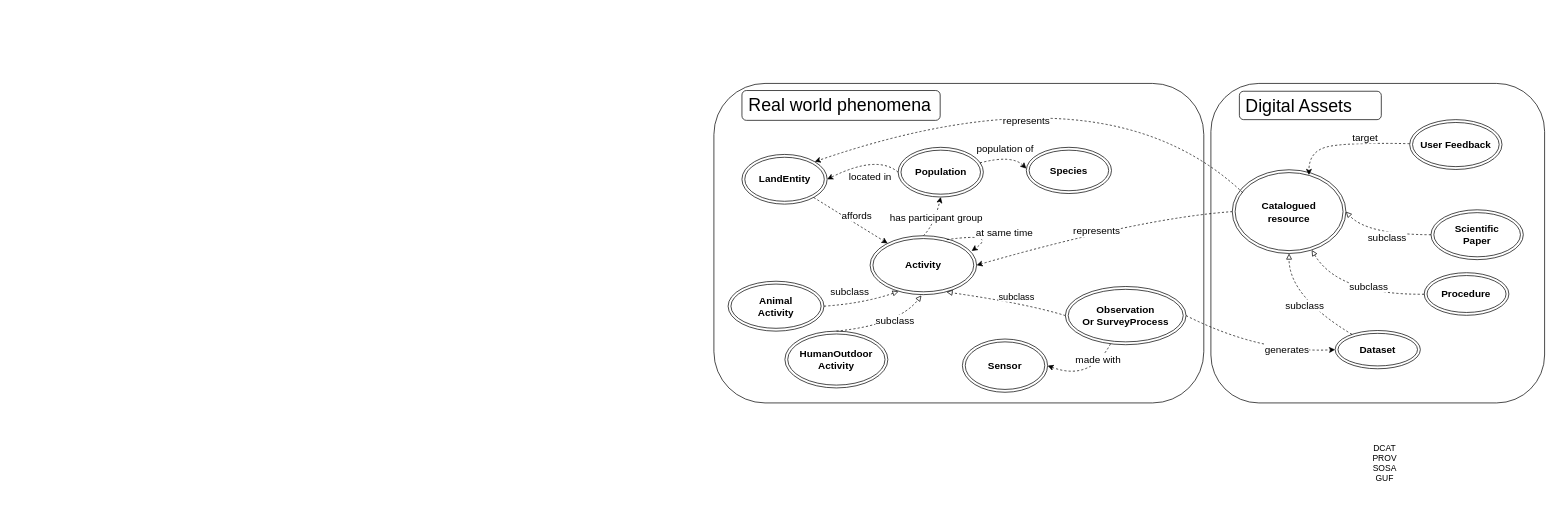
Earlier version of the draw.io diagram page "schemas article" (2 of 3) of docs/diagrams/model_KG.drawio (IntForOut/outdoorPressure). Source tidied: cells renumbered, new cells numbered last; positions are measured from the earlier drawing's top-left corner, leaving out a move shared by most shapes. Both pictures are drawn from the tidied source at 71%, with x=0, y=0 at pixel (714, 62).
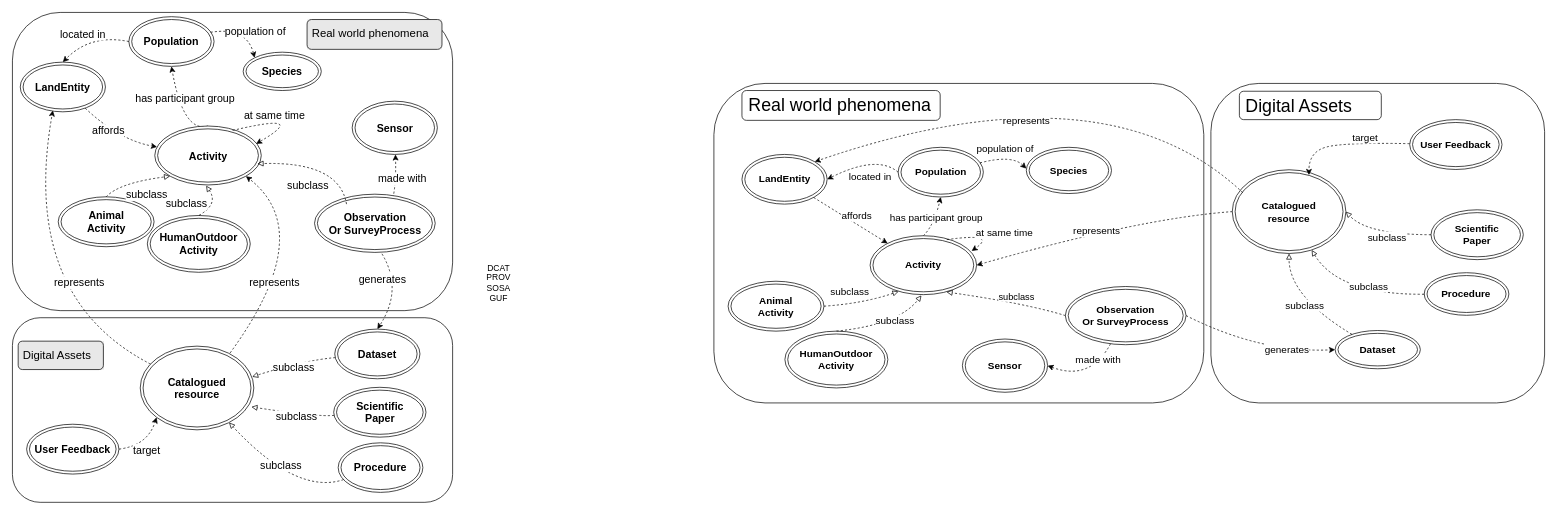
Above is the later version.

Commit message:
Mettre à jour model_KG.drawio

The edit, as a diff of the source:
```diff
@@
+    <mxCell id="57" style="rounded=1;whiteSpace=wrap;html=1;fillColor=none;fontSize=15;" parent="1" vertex="1">
+      <mxGeometry x="-988" y="360" width="620" height="260" as="geometry" />
+    </mxCell>
@@
     <mxCell id="46" value="&lt;div&gt;DCAT&lt;/div&gt;&lt;div&gt;PROV&lt;/div&gt;&lt;div&gt;&lt;span style=&quot;color: rgb(0, 0, 0);&quot;&gt;SOSA&lt;/span&gt;&lt;/div&gt;&lt;div&gt;&lt;span style=&quot;color: rgb(0, 0, 0);&quot;&gt;GUF&lt;/span&gt;&lt;/div&gt;" style="text;html=1;whiteSpace=wrap;strokeColor=none;fillColor=none;align=center;verticalAlign=middle;rounded=0;" parent="1" vertex="1">
-      <mxGeometry x="909.7" y="550" width="70.3" height="30" as="geometry" />
+      <mxGeometry x="-338" y="296" width="70.3" height="30" as="geometry" />
     </mxCell>
@@
+    <mxCell id="58" style="rounded=1;whiteSpace=wrap;html=1;fillColor=none;arcSize=16;fontSize=15;" parent="1" vertex="1">
+      <mxGeometry x="-988" y="-70" width="620" height="420" as="geometry" />
+    </mxCell>
+    <mxCell id="59" style="edgeStyle=none;html=1;entryX=0.383;entryY=0.971;entryDx=0;entryDy=0;rounded=0;curved=1;dashed=1;entryPerimeter=0;fontSize=15;" parent="1" edge="1" source="63" target="71">
+      <mxGeometry relative="1" as="geometry">
+        <Array as="points">
+          <mxPoint x="-977.5" y="330" />
+        </Array>
+      </mxGeometry>
+    </mxCell>
+    <mxCell id="60" value="&lt;font style=&quot;color: rgb(0, 0, 0);&quot;&gt;represents&lt;/font&gt;" style="edgeLabel;html=1;align=center;verticalAlign=middle;fontSize=15;fontColor=#FF0000;" parent="59" vertex="1">
+      <mxGeometry x="0.12" y="32" relative="1" as="geometry">
+        <mxPoint x="104" y="42" as="offset" />
+      </mxGeometry>
+    </mxCell>
+    <mxCell id="61" style="edgeStyle=none;html=1;exitX=0.791;exitY=0.082;exitDx=0;exitDy=0;entryX=1;entryY=1;entryDx=0;entryDy=0;rounded=0;curved=1;dashed=1;exitPerimeter=0;fontSize=15;" parent="1" edge="1" source="63" target="74">
+      <mxGeometry relative="1" as="geometry">
+        <Array as="points">
+          <mxPoint x="-557.5" y="240" />
+        </Array>
+      </mxGeometry>
+    </mxCell>
+    <mxCell id="62" value="&lt;font style=&quot;color: rgb(0, 0, 0);&quot;&gt;represents&lt;/font&gt;" style="edgeLabel;html=1;align=center;verticalAlign=middle;fontSize=15;fontColor=#FF0000;" parent="61" vertex="1">
+      <mxGeometry x="0.3" y="13" relative="1" as="geometry">
+        <mxPoint x="-46" y="65" as="offset" />
+      </mxGeometry>
+    </mxCell>
+    <mxCell id="63" value="&lt;b&gt;Catalogued &lt;br&gt;resource&lt;/b&gt;" style="ellipse;shape=doubleEllipse;whiteSpace=wrap;html=1;fontSize=15;fillColor=none;" parent="1" vertex="1">
+      <mxGeometry x="-808" y="400" width="160" height="117.9" as="geometry" />
+    </mxCell>
+    <mxCell id="64" value="&lt;b&gt;Scientific&lt;/b&gt;&lt;div&gt;&lt;b&gt;Paper&lt;/b&gt;&lt;/div&gt;" style="ellipse;shape=doubleEllipse;whiteSpace=wrap;html=1;fontSize=15;" parent="1" vertex="1">
+      <mxGeometry x="-535.5" y="458" width="130" height="70.2" as="geometry" />
+    </mxCell>
+    <mxCell id="65" value="&lt;b&gt;HumanOutdoor&lt;/b&gt;&lt;div&gt;&lt;b&gt;Activity&lt;/b&gt;&lt;/div&gt;" style="ellipse;shape=doubleEllipse;whiteSpace=wrap;html=1;fontSize=15;" parent="1" vertex="1">
+      <mxGeometry x="-798" y="216" width="145" height="80" as="geometry" />
+    </mxCell>
+    <mxCell id="66" style="edgeStyle=none;html=1;rounded=0;curved=1;dashed=1;exitX=0.65;exitY=0.061;exitDx=0;exitDy=0;exitPerimeter=0;fontSize=15;" parent="1" edge="1" source="68" target="83">
+      <mxGeometry relative="1" as="geometry">
+        <Array as="points">
+          <mxPoint x="-447.5" y="170" />
+        </Array>
+      </mxGeometry>
+    </mxCell>
+    <mxCell id="67" value="&lt;font&gt;made with&lt;/font&gt;" style="edgeLabel;html=1;align=center;verticalAlign=middle;fontSize=15;" parent="66" vertex="1">
+      <mxGeometry x="0.22" y="-16" relative="1" as="geometry">
+        <mxPoint x="-8" y="10" as="offset" />
+      </mxGeometry>
+    </mxCell>
+    <mxCell id="68" value="&lt;b&gt;Observation&lt;br&gt;Or SurveyProcess&lt;/b&gt;" style="ellipse;shape=doubleEllipse;whiteSpace=wrap;html=1;fontSize=15;" parent="1" vertex="1">
+      <mxGeometry x="-562.5" y="186" width="170" height="82" as="geometry" />
+    </mxCell>
+    <mxCell id="69" style="edgeStyle=none;html=1;rounded=0;curved=1;dashed=1;fontSize=15;" parent="1" edge="1" source="71" target="74">
+      <mxGeometry relative="1" as="geometry">
+        <Array as="points">
+          <mxPoint x="-837.5" y="110" />
+        </Array>
+      </mxGeometry>
+    </mxCell>
+    <mxCell id="70" value="&lt;span style=&quot;color: rgb(0, 0, 0);&quot;&gt;affords&lt;/span&gt;" style="edgeLabel;html=1;align=center;verticalAlign=middle;fontSize=15;" parent="69" vertex="1">
+      <mxGeometry x="0.04" y="11" relative="1" as="geometry">
+        <mxPoint x="-21" y="-4" as="offset" />
+      </mxGeometry>
+    </mxCell>
+    <mxCell id="71" value="&lt;b&gt;LandEntity&lt;/b&gt;" style="ellipse;shape=doubleEllipse;whiteSpace=wrap;html=1;fontSize=15;" parent="1" vertex="1">
+      <mxGeometry x="-977" width="120" height="70" as="geometry" />
+    </mxCell>
+    <mxCell id="72" style="edgeStyle=none;html=1;entryX=0.5;entryY=1;entryDx=0;entryDy=0;rounded=0;curved=1;exitX=0.5;exitY=0;exitDx=0;exitDy=0;dashed=1;fontSize=15;" parent="1" edge="1" source="74" target="101">
+      <mxGeometry relative="1" as="geometry">
+        <Array as="points">
+          <mxPoint x="-747.5" y="100" />
+        </Array>
+      </mxGeometry>
+    </mxCell>
+    <mxCell id="73" value="&lt;font&gt;has participant group&lt;/font&gt;" style="edgeLabel;html=1;align=center;verticalAlign=middle;fontSize=15;" parent="72" vertex="1">
+      <mxGeometry x="0.07" relative="1" as="geometry">
+        <mxPoint x="8" y="-15" as="offset" />
+      </mxGeometry>
+    </mxCell>
+    <mxCell id="74" value="&lt;b&gt;Activity&lt;/b&gt;" style="ellipse;shape=doubleEllipse;whiteSpace=wrap;html=1;fontSize=15;" parent="1" vertex="1">
+      <mxGeometry x="-787.5" y="90" width="150" height="83" as="geometry" />
+    </mxCell>
+    <mxCell id="75" value="&lt;b&gt;Animal&lt;/b&gt;&lt;div&gt;&lt;b&gt;Activity&lt;/b&gt;&lt;/div&gt;" style="ellipse;shape=doubleEllipse;whiteSpace=wrap;html=1;fontSize=15;" parent="1" vertex="1">
+      <mxGeometry x="-923.5" y="189.7" width="135" height="70.3" as="geometry" />
+    </mxCell>
+    <mxCell id="76" style="edgeStyle=none;html=1;entryX=0.985;entryY=0.366;entryDx=0;entryDy=0;dashed=1;rounded=0;curved=1;endArrow=block;endFill=0;entryPerimeter=0;fontSize=15;" parent="1" edge="1" source="78" target="63">
+      <mxGeometry relative="1" as="geometry">
+        <Array as="points">
+          <mxPoint x="-577.5" y="420" />
+        </Array>
+      </mxGeometry>
+    </mxCell>
+    <mxCell id="77" value="&lt;font&gt;subclass&lt;/font&gt;" style="edgeLabel;html=1;align=center;verticalAlign=middle;fontSize=15;" parent="76" vertex="1">
+      <mxGeometry x="0.06" y="-4" relative="1" as="geometry">
+        <mxPoint x="5" y="7" as="offset" />
+      </mxGeometry>
+    </mxCell>
+    <mxCell id="78" value="&lt;b&gt;Dataset&lt;/b&gt;" style="ellipse;shape=doubleEllipse;whiteSpace=wrap;html=1;fontSize=15;fillColor=none;" parent="1" vertex="1">
+      <mxGeometry x="-534" y="376" width="120" height="70" as="geometry" />
+    </mxCell>
+    <mxCell id="79" value="&lt;b&gt;Species&lt;/b&gt;" style="ellipse;shape=doubleEllipse;whiteSpace=wrap;html=1;fontSize=15;" parent="1" vertex="1">
+      <mxGeometry x="-663" y="-14" width="110" height="54" as="geometry" />
+    </mxCell>
+    <mxCell id="80" style="edgeStyle=none;html=1;rounded=0;curved=1;dashed=1;endArrow=block;endFill=0;fontSize=15;" parent="1" edge="1" source="82" target="63">
+      <mxGeometry relative="1" as="geometry">
+        <Array as="points">
+          <mxPoint x="-587.5" y="610" />
+        </Array>
+      </mxGeometry>
+    </mxCell>
+    <mxCell id="81" value="subclass" style="edgeLabel;html=1;align=center;verticalAlign=middle;fontSize=15;" parent="80" vertex="1">
+      <mxGeometry x="-0.02" y="-5" relative="1" as="geometry">
+        <mxPoint x="-4" y="-14" as="offset" />
+      </mxGeometry>
+    </mxCell>
+    <mxCell id="82" value="&lt;b&gt;&lt;span style=&quot;color: rgb(0, 0, 0);&quot;&gt;Procedure&lt;/span&gt;&lt;/b&gt;" style="ellipse;shape=doubleEllipse;whiteSpace=wrap;html=1;fontSize=15;fillColor=none;" parent="1" vertex="1">
+      <mxGeometry x="-529.2" y="536.2" width="119.3" height="69.8" as="geometry" />
+    </mxCell>
+    <mxCell id="83" value="&lt;b&gt;Sensor&lt;/b&gt;" style="ellipse;shape=doubleEllipse;whiteSpace=wrap;html=1;fontSize=15;" parent="1" vertex="1">
+      <mxGeometry x="-509.5" y="55" width="120" height="75" as="geometry" />
+    </mxCell>
+    <mxCell id="84" style="edgeStyle=none;html=1;exitX=0.5;exitY=0;exitDx=0;exitDy=0;entryX=0;entryY=1;entryDx=0;entryDy=0;dashed=1;rounded=0;curved=1;endArrow=block;endFill=0;fontSize=15;" parent="1" edge="1" source="75" target="74">
+      <mxGeometry relative="1" as="geometry">
+        <Array as="points">
+          <mxPoint x="-837.5" y="170" />
+        </Array>
+      </mxGeometry>
+    </mxCell>
+    <mxCell id="85" value="subclass" style="edgeLabel;html=1;align=center;verticalAlign=middle;fontSize=15;" parent="84" vertex="1">
+      <mxGeometry x="-0.36" y="4" relative="1" as="geometry">
+        <mxPoint x="34" y="20" as="offset" />
+      </mxGeometry>
+    </mxCell>
+    <mxCell id="86" style="edgeStyle=none;html=1;exitX=0.5;exitY=0;exitDx=0;exitDy=0;entryX=0.482;entryY=1.012;entryDx=0;entryDy=0;entryPerimeter=0;rounded=0;curved=1;dashed=1;endArrow=block;endFill=0;fontSize=15;" parent="1" edge="1" source="65" target="74">
+      <mxGeometry relative="1" as="geometry">
+        <Array as="points">
+          <mxPoint x="-697.5" y="200" />
+        </Array>
+      </mxGeometry>
+    </mxCell>
+    <mxCell id="87" value="subclass" style="edgeLabel;html=1;align=center;verticalAlign=middle;fontSize=15;" parent="86" vertex="1">
+      <mxGeometry x="-0.3" y="4" relative="1" as="geometry">
+        <mxPoint x="-35" y="-3" as="offset" />
+      </mxGeometry>
+    </mxCell>
+    <mxCell id="88" style="edgeStyle=none;html=1;entryX=0.964;entryY=0.639;entryDx=0;entryDy=0;entryPerimeter=0;rounded=0;curved=1;exitX=0.265;exitY=0.171;exitDx=0;exitDy=0;endArrow=block;endFill=0;dashed=1;exitPerimeter=0;fontSize=15;" parent="1" edge="1" source="68" target="74">
+      <mxGeometry relative="1" as="geometry">
+        <Array as="points">
+          <mxPoint x="-527.5" y="140" />
+        </Array>
+      </mxGeometry>
+    </mxCell>
+    <mxCell id="89" value="&lt;font&gt;subclass&lt;/font&gt;" style="edgeLabel;html=1;align=center;verticalAlign=middle;fontSize=15;" parent="88" vertex="1">
+      <mxGeometry x="-0.03" y="-5" relative="1" as="geometry">
+        <mxPoint x="-20" y="37" as="offset" />
+      </mxGeometry>
+    </mxCell>
+    <mxCell id="90" style="edgeStyle=none;html=1;entryX=0;entryY=1;entryDx=0;entryDy=0;rounded=0;curved=1;dashed=1;exitX=1;exitY=0.5;exitDx=0;exitDy=0;fontSize=15;" parent="1" edge="1" source="110" target="63">
+      <mxGeometry relative="1" as="geometry">
+        <Array as="points">
+          <mxPoint x="-797.5" y="540" />
+        </Array>
+      </mxGeometry>
+    </mxCell>
+    <mxCell id="91" value="&lt;font&gt;target&lt;/font&gt;" style="edgeLabel;html=1;align=center;verticalAlign=middle;fontSize=15;" parent="90" vertex="1">
+      <mxGeometry x="-0.09" y="-7" relative="1" as="geometry">
+        <mxPoint y="-2" as="offset" />
+      </mxGeometry>
+    </mxCell>
+    <mxCell id="92" style="edgeStyle=none;html=1;entryX=0.978;entryY=0.726;entryDx=0;entryDy=0;rounded=0;curved=1;dashed=1;endArrow=block;endFill=0;entryPerimeter=0;fontSize=15;" parent="1" edge="1" source="64" target="63">
+      <mxGeometry relative="1" as="geometry">
+        <Array as="points">
+          <mxPoint x="-557.5" y="500" />
+        </Array>
+      </mxGeometry>
+    </mxCell>
+    <mxCell id="93" value="subclass" style="edgeLabel;html=1;align=center;verticalAlign=middle;fontSize=15;" parent="92" vertex="1">
+      <mxGeometry x="-0.08" y="3" relative="1" as="geometry" />
+    </mxCell>
+    <mxCell id="94" style="group;fontSize=15;fillColor=#E8E8E8;" parent="1" vertex="1">
+      <mxGeometry x="-979" y="393" width="120" height="40" as="geometry" />
+    </mxCell>
+    <mxCell id="95" style="group;fontSize=15;" parent="94" vertex="1">
+      <mxGeometry x="-0.9" width="129.4" height="40" as="geometry" />
+    </mxCell>
+    <mxCell id="96" style="rounded=1;whiteSpace=wrap;html=1;fontSize=15;fillColor=#E8E8E8;" parent="95" vertex="1">
+      <mxGeometry width="120" height="40" as="geometry" />
+    </mxCell>
+    <mxCell id="97" value="&lt;font style=&quot;font-size: 16px;&quot;&gt;Digital Assets&amp;nbsp;&lt;/font&gt;" style="text;html=1;whiteSpace=wrap;strokeColor=none;fillColor=none;align=left;verticalAlign=middle;rounded=0;fontSize=15;" parent="95" vertex="1">
+      <mxGeometry x="4.4" y="15" width="105.7" height="10" as="geometry" />
+    </mxCell>
+    <mxCell id="98" style="group;fontSize=15;fillColor=#E8E8E8;" parent="1" vertex="1">
+      <mxGeometry x="-573" y="-60" width="190" height="42" as="geometry" />
+    </mxCell>
+    <mxCell id="99" style="rounded=1;whiteSpace=wrap;html=1;fontSize=15;fillColor=#E8E8E8;" parent="98" vertex="1">
+      <mxGeometry width="190" height="42" as="geometry" />
+    </mxCell>
+    <mxCell id="100" value="&lt;font style=&quot;font-size: 16px;&quot;&gt;Real world phenomena&lt;/font&gt;" style="text;html=1;whiteSpace=wrap;strokeColor=none;fillColor=none;align=left;verticalAlign=middle;rounded=0;fontSize=15;" parent="98" vertex="1">
+      <mxGeometry x="4.5" y="13.6" width="185.5" height="10.5" as="geometry" />
+    </mxCell>
+    <mxCell id="101" value="&lt;b&gt;Population&lt;/b&gt;" style="ellipse;shape=doubleEllipse;whiteSpace=wrap;html=1;fontSize=15;" parent="1" vertex="1">
+      <mxGeometry x="-824" y="-64" width="120" height="70" as="geometry" />
+    </mxCell>
+    <mxCell id="102" style="edgeStyle=none;html=1;rounded=0;curved=1;dashed=1;exitX=0;exitY=0.5;exitDx=0;exitDy=0;entryX=0.5;entryY=0;entryDx=0;entryDy=0;fontSize=15;" parent="1" edge="1" source="101" target="71">
+      <mxGeometry relative="1" as="geometry">
+        <Array as="points">
+          <mxPoint x="-878" y="-40" />
+        </Array>
+      </mxGeometry>
+    </mxCell>
+    <mxCell id="103" value="&lt;font&gt;located in&lt;/font&gt;" style="edgeLabel;html=1;align=center;verticalAlign=middle;fontSize=15;" parent="102" vertex="1">
+      <mxGeometry x="-0.37" y="-5" relative="1" as="geometry">
+        <mxPoint x="-32" as="offset" />
+      </mxGeometry>
+    </mxCell>
+    <mxCell id="104" style="edgeStyle=none;html=1;rounded=0;curved=1;dashed=1;exitX=0.958;exitY=0.314;exitDx=0;exitDy=0;exitPerimeter=0;entryX=0;entryY=0;entryDx=0;entryDy=0;fontSize=15;" parent="1" edge="1" source="101" target="79">
+      <mxGeometry relative="1" as="geometry">
+        <Array as="points">
+          <mxPoint x="-658" y="-50" />
+        </Array>
+      </mxGeometry>
+    </mxCell>
+    <mxCell id="105" value="population of" style="edgeLabel;html=1;align=center;verticalAlign=middle;fontSize=15;" parent="104" vertex="1">
+      <mxGeometry x="0.04" y="11" relative="1" as="geometry">
+        <mxPoint x="15" y="16" as="offset" />
+      </mxGeometry>
+    </mxCell>
+    <mxCell id="106" style="curved=1;endArrow=classic;html=1;rounded=0;exitX=0.731;exitY=0.075;exitDx=0;exitDy=0;dashed=1;exitPerimeter=0;entryX=0.951;entryY=0.302;entryDx=0;entryDy=0;entryPerimeter=0;fontSize=15;" parent="1" edge="1" source="74" target="74">
+      <mxGeometry relative="1" as="geometry">
+        <Array as="points">
+          <mxPoint x="-567.5" y="70" />
+        </Array>
+      </mxGeometry>
+    </mxCell>
+    <mxCell id="107" value="&lt;font&gt;at same &lt;font&gt;time&lt;/font&gt;&lt;/font&gt;" style="edgeLabel;html=1;align=center;verticalAlign=middle;fontSize=15;" parent="106" vertex="1">
+      <mxGeometry x="0.69" y="2" relative="1" as="geometry">
+        <mxPoint x="-3" y="-27" as="offset" />
+      </mxGeometry>
+    </mxCell>
+    <mxCell id="108" style="endArrow=classic;html=1;rounded=0;entryX=0.5;entryY=0;entryDx=0;entryDy=0;curved=1;dashed=1;fontSize=15;" parent="1" edge="1" target="78">
+      <mxGeometry relative="1" as="geometry">
+        <mxPoint x="-467.5" y="270" as="sourcePoint" />
+        <Array as="points">
+          <mxPoint x="-437.5" y="320" />
+        </Array>
+      </mxGeometry>
+    </mxCell>
+    <mxCell id="109" value="&lt;font&gt;genera&lt;/font&gt;&lt;font&gt;tes&lt;/font&gt;" style="edgeLabel;html=1;align=center;verticalAlign=middle;fontSize=15;" parent="108" vertex="1">
+      <mxGeometry x="0.38" y="4" relative="1" as="geometry">
+        <mxPoint x="-18" y="-41" as="offset" />
+      </mxGeometry>
+    </mxCell>
+    <mxCell id="110" value="&lt;b&gt;User Feedback&lt;/b&gt;" style="ellipse;shape=doubleEllipse;whiteSpace=wrap;html=1;fontSize=15;" parent="1" vertex="1">
+      <mxGeometry x="-968" y="510" width="130" height="70.2" as="geometry" />
+    </mxCell>
```
